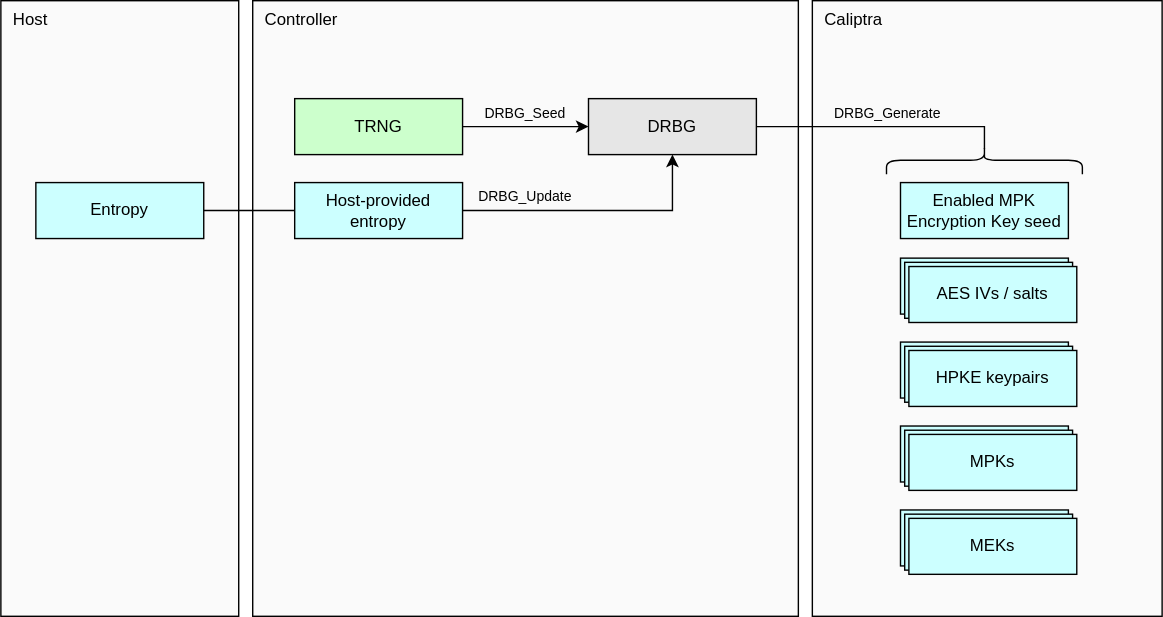
Above: doc/ocp_lock/diagrams/drbg_external.drawio.svg in chipsalliance/Caliptra (draw.io), before the change. Source tidied: cells renumbered, new cells last; positions are measured from the earlier drawing's top-left corner, leaving out a move shared by most shapes.
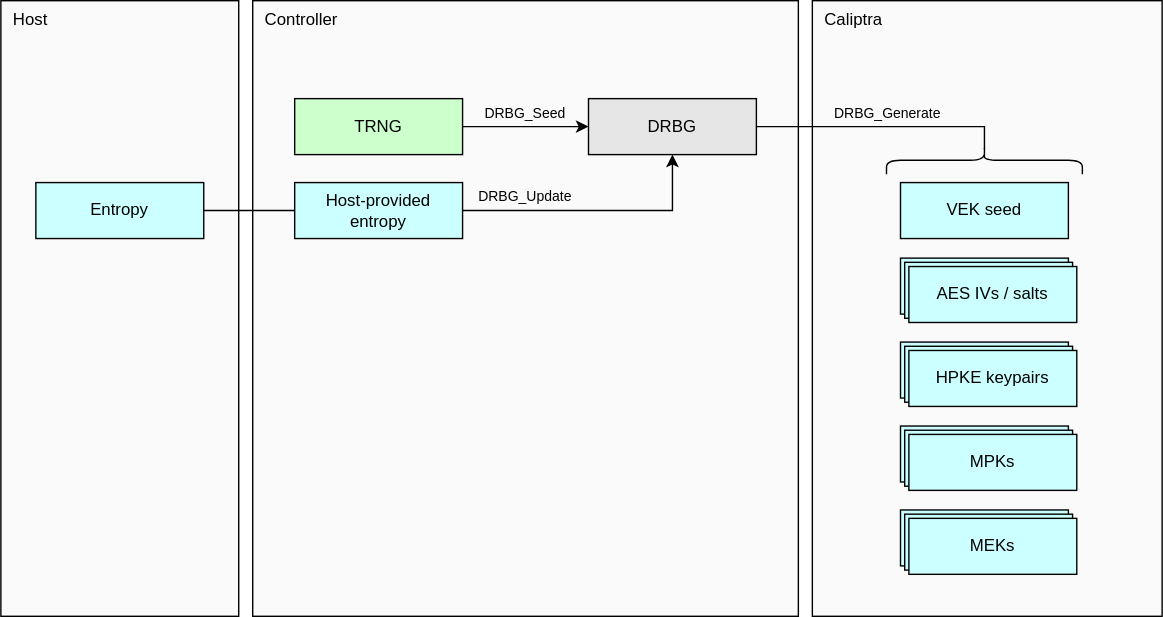
Above is the later version.

Commit message:
Rename "Enabled MPK Encryption Secret" to "Volatile Escrow Key". (#483)

Diff of the diagram source:
```diff
@@ -37,7 +37,7 @@
     <mxCell id="12" value="&lt;div&gt;&lt;font color=&quot;#000000&quot;&gt;TRNG&lt;/font&gt;&lt;/div&gt;" style="rounded=0;whiteSpace=wrap;html=1;align=center;verticalAlign=middle;shadow=0;glass=0;spacingLeft=0;spacingBottom=0;spacingTop=0;fillColor=#CCFFCC;strokeColor=#000000;" parent="1" vertex="1">
       <mxGeometry x="210" y="70" width="120" height="40" as="geometry" />
     </mxCell>
-    <mxCell id="13" value="&lt;div&gt;&lt;font color=&quot;#000000&quot;&gt;Enabled MPK Encryption Key seed&lt;/font&gt;&lt;/div&gt;" style="rounded=0;whiteSpace=wrap;html=1;align=center;verticalAlign=middle;shadow=0;glass=0;spacingLeft=0;spacingBottom=0;spacingTop=0;fillColor=#CCFFFF;" parent="1" vertex="1">
+    <mxCell id="13" value="&lt;div&gt;&lt;font color=&quot;#000000&quot;&gt;VEK seed&lt;/font&gt;&lt;/div&gt;" style="rounded=0;whiteSpace=wrap;html=1;align=center;verticalAlign=middle;shadow=0;glass=0;spacingLeft=0;spacingBottom=0;spacingTop=0;fillColor=#CCFFFF;" parent="1" vertex="1">
       <mxGeometry x="643" y="130" width="120" height="40" as="geometry" />
     </mxCell>
     <mxCell id="14" value="&lt;div&gt;&lt;font color=&quot;#000000&quot;&gt;HPKE keypairs&lt;/font&gt;&lt;/div&gt;" style="rounded=0;whiteSpace=wrap;html=1;align=center;verticalAlign=middle;shadow=0;glass=0;spacingLeft=0;spacingBottom=0;spacingTop=0;fillColor=#CCFFFF;" parent="1" vertex="1">
```
